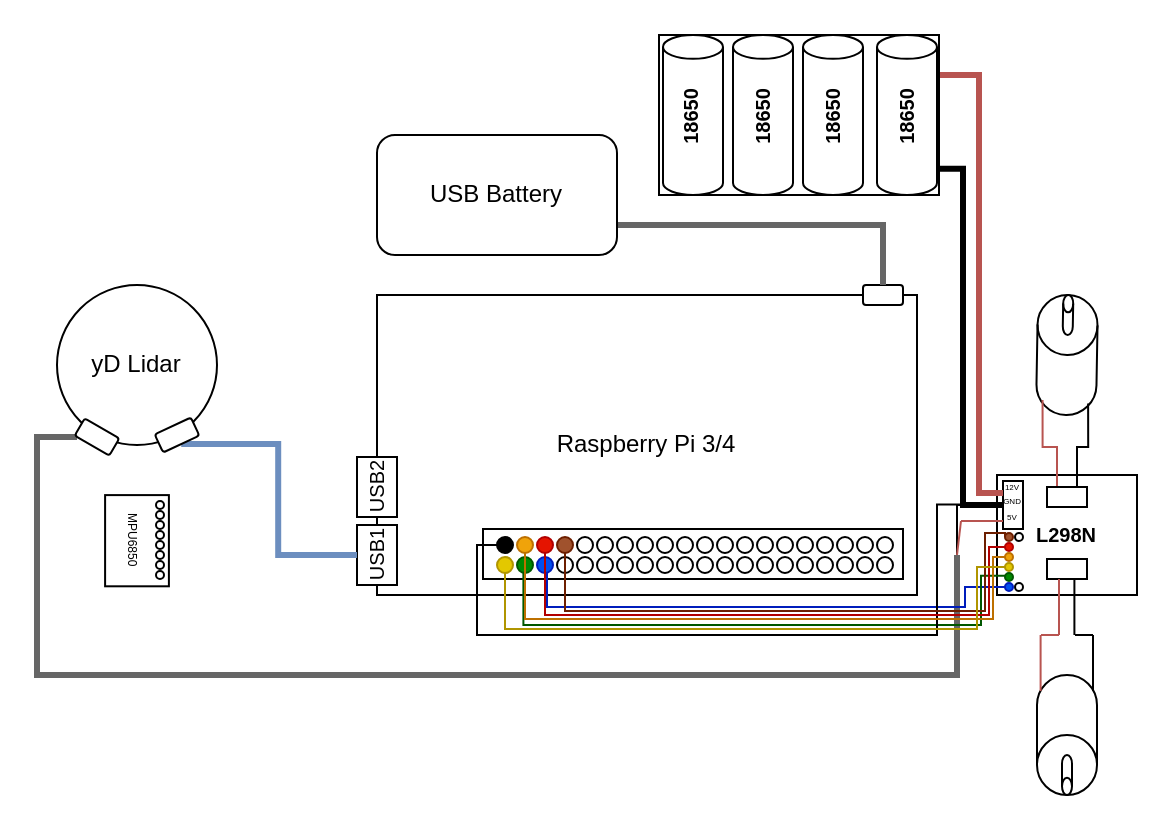
The draw.io diagram page "Hardware" (1 of 2) of architecture.drawio in Mickael-Roger/hoover, before the edit. Source tidied: cells renumbered, new cells numbered last; positions are measured from the earlier drawing's top-left corner, leaving out a move shared by most shapes. Both pictures are drawn from the tidied source at 200%, with x=0, y=0 at pixel (36, 34).
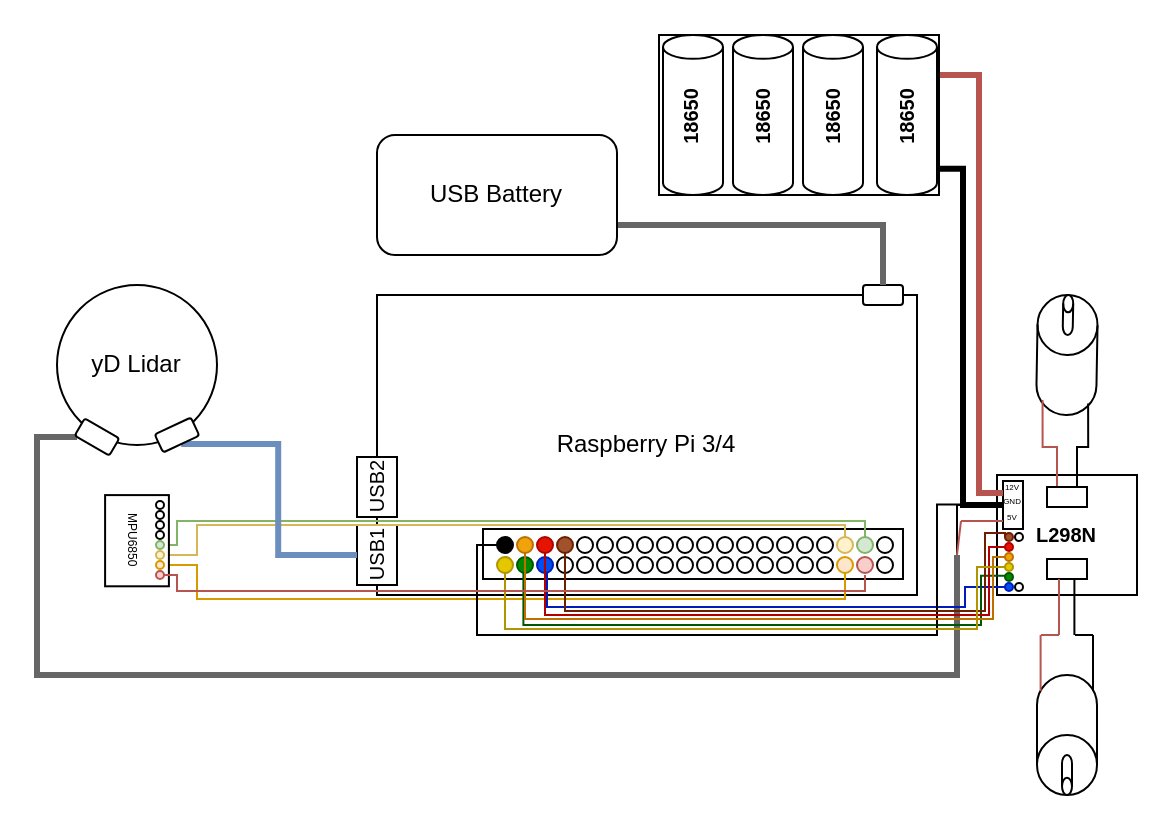
After the change.

Change to the diagram source:
```diff
@@
+    <mxCell id="115" style="edgeStyle=orthogonalEdgeStyle;rounded=0;jettySize=auto;html=1;exitX=0.5;exitY=0;exitDx=0;exitDy=0;endArrow=none;endFill=0;entryX=1;entryY=0.5;entryDx=0;entryDy=0;fillColor=#d5e8d4;strokeColor=#82b366;" parent="1" edge="1" target="91">
+      <mxGeometry relative="1" as="geometry">
+        <mxPoint x="414" y="254" as="sourcePoint" />
+        <Array as="points">
+          <mxPoint x="414" y="243" />
+          <mxPoint x="70" y="243" />
+          <mxPoint x="70" y="255" />
+        </Array>
+      </mxGeometry>
+    </mxCell>
-    <mxCell id="18" style="ellipse;whiteSpace=wrap;html=1;" parent="1" vertex="1">
+    <mxCell id="18" style="ellipse;whiteSpace=wrap;html=1;fillColor=#d5e8d4;strokeColor=#82b366;" parent="1" vertex="1">
       <mxGeometry x="410" y="251" width="8" height="8" as="geometry" />
     </mxCell>
-    <mxCell id="19" style="ellipse;whiteSpace=wrap;html=1;" parent="1" vertex="1">
+    <mxCell id="19" style="ellipse;whiteSpace=wrap;html=1;fillColor=#f8cecc;strokeColor=#b85450;" parent="1" vertex="1">
       <mxGeometry x="410" y="261" width="8" height="8" as="geometry" />
     </mxCell>
+    <mxCell id="116" style="edgeStyle=orthogonalEdgeStyle;rounded=0;jettySize=auto;html=1;exitX=0.5;exitY=0;exitDx=0;exitDy=0;endArrow=none;endFill=0;entryX=1;entryY=0.5;entryDx=0;entryDy=0;fillColor=#fff2cc;strokeColor=#d6b656;" parent="1" edge="1" target="92">
+      <mxGeometry relative="1" as="geometry">
+        <mxPoint x="404" y="256" as="sourcePoint" />
+        <Array as="points">
+          <mxPoint x="404" y="245" />
+          <mxPoint x="80" y="245" />
+          <mxPoint x="80" y="260" />
+        </Array>
+      </mxGeometry>
+    </mxCell>
-    <mxCell id="20" style="ellipse;whiteSpace=wrap;html=1;" parent="1" vertex="1">
+    <mxCell id="20" style="ellipse;whiteSpace=wrap;html=1;fillColor=#fff2cc;strokeColor=#d6b656;" parent="1" vertex="1">
       <mxGeometry x="400" y="251" width="8" height="8" as="geometry" />
     </mxCell>
+    <mxCell id="117" style="edgeStyle=orthogonalEdgeStyle;rounded=0;jettySize=auto;html=1;exitX=0.5;exitY=1;exitDx=0;exitDy=0;endArrow=none;endFill=0;entryX=1;entryY=0.5;entryDx=0;entryDy=0;fillColor=#ffe6cc;strokeColor=#d79b00;" parent="1" edge="1" source="21" target="93">
+      <mxGeometry relative="1" as="geometry">
+        <Array as="points">
+          <mxPoint x="404" y="282" />
+          <mxPoint x="80" y="282" />
+          <mxPoint x="80" y="265" />
+        </Array>
+      </mxGeometry>
+    </mxCell>
-    <mxCell id="21" style="ellipse;whiteSpace=wrap;html=1;" parent="1" vertex="1">
+    <mxCell id="21" style="ellipse;whiteSpace=wrap;html=1;fillColor=#ffe6cc;strokeColor=#d79b00;" parent="1" vertex="1">
       <mxGeometry x="400" y="261" width="8" height="8" as="geometry" />
     </mxCell>
@@
-    <mxCell id="91" style="ellipse;whiteSpace=wrap;html=1;" parent="1" vertex="1">
+    <mxCell id="91" style="ellipse;whiteSpace=wrap;html=1;fillColor=#d5e8d4;strokeColor=#82b366;" parent="1" vertex="1">
       <mxGeometry x="59.5" y="253" width="4" height="4" as="geometry" />
     </mxCell>
-    <mxCell id="92" style="ellipse;whiteSpace=wrap;html=1;" parent="1" vertex="1">
+    <mxCell id="92" style="ellipse;whiteSpace=wrap;html=1;fillColor=#fff2cc;strokeColor=#d6b656;" parent="1" vertex="1">
       <mxGeometry x="59.5" y="258" width="4" height="4" as="geometry" />
     </mxCell>
-    <mxCell id="93" style="ellipse;whiteSpace=wrap;html=1;" parent="1" vertex="1">
+    <mxCell id="93" style="ellipse;whiteSpace=wrap;html=1;fillColor=#ffe6cc;strokeColor=#d79b00;" parent="1" vertex="1">
       <mxGeometry x="59.5" y="263" width="4" height="4" as="geometry" />
     </mxCell>
-    <mxCell id="94" style="ellipse;whiteSpace=wrap;html=1;" parent="1" vertex="1">
+    <mxCell id="94" style="ellipse;whiteSpace=wrap;html=1;fillColor=#f8cecc;strokeColor=#b85450;" parent="1" vertex="1">
       <mxGeometry x="59.5" y="268" width="4" height="4" as="geometry" />
     </mxCell>
@@
+    <mxCell id="118" style="edgeStyle=orthogonalEdgeStyle;rounded=0;jettySize=auto;html=1;entryX=1;entryY=0.5;entryDx=0;entryDy=0;fillColor=#f8cecc;strokeColor=#b85450;endArrow=none;endFill=0;" parent="1" edge="1" target="94">
+      <mxGeometry relative="1" as="geometry">
+        <mxPoint x="414" y="270" as="sourcePoint" />
+        <Array as="points">
+          <mxPoint x="414" y="278" />
+          <mxPoint x="70" y="278" />
+          <mxPoint x="70" y="270" />
+        </Array>
+      </mxGeometry>
+    </mxCell>
```
